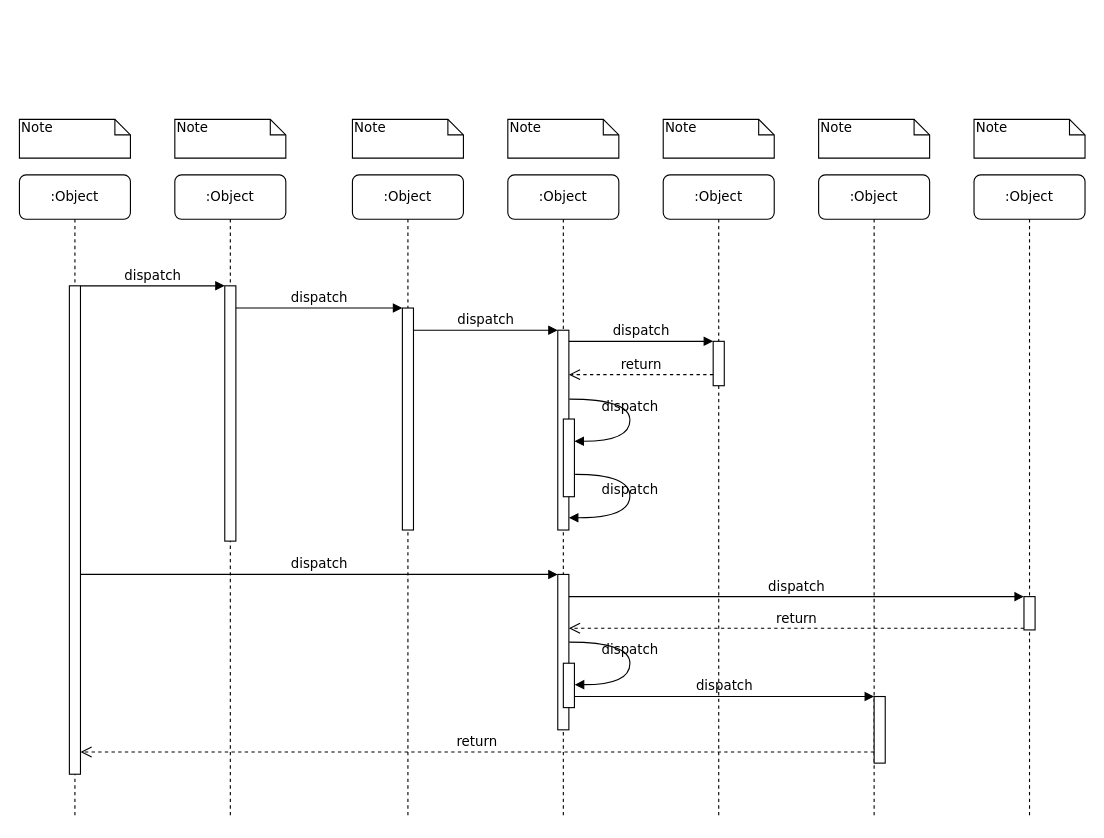
The draw.io diagram secuencia_pass.drawio in DrAtl30/potro_pass, before the edit. Source tidied: cells renumbered, new cells numbered last; positions are measured from the earlier drawing's top-left corner, leaving out a move shared by most shapes. Both pictures are drawn from the tidied source at 111%, with x=0, y=0 at pixel (19, 119).
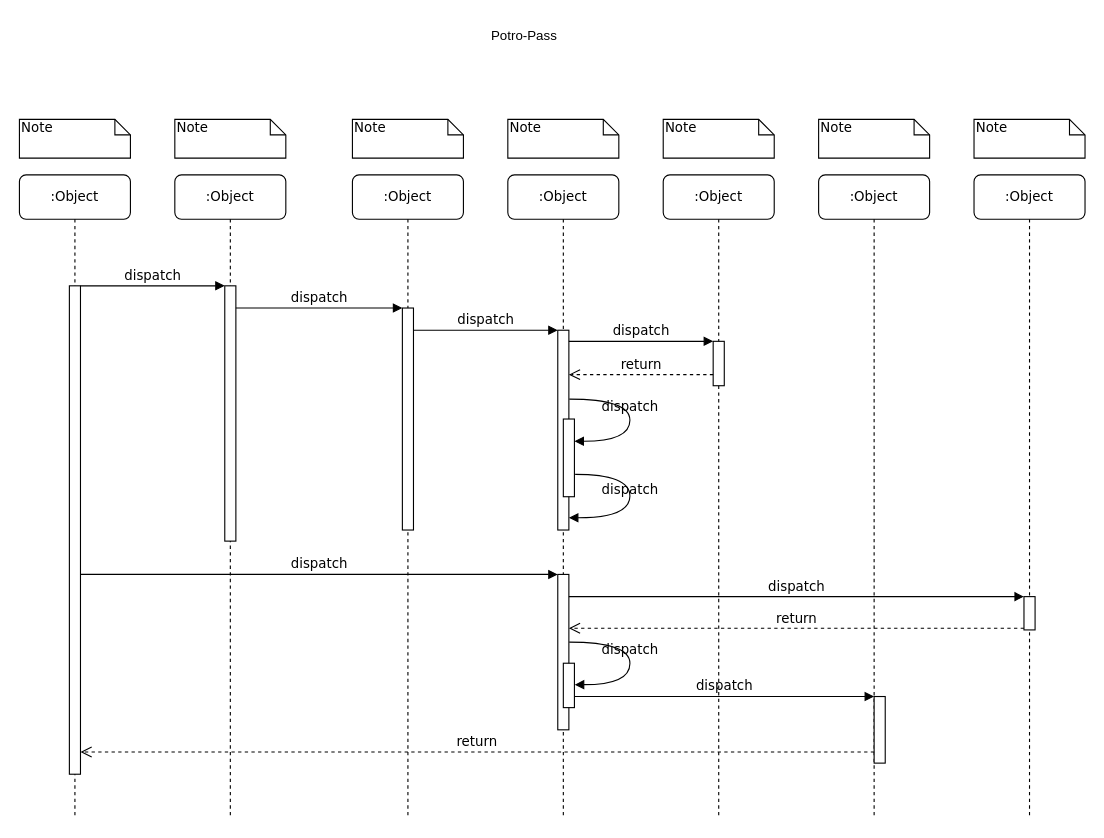
Above is the later version.

Diff of the diagram source:
```diff
@@
+    <mxCell id="39" value="Potro-Pass" style="text;html=1;align=center;verticalAlign=middle;whiteSpace=wrap;rounded=0;" parent="1" vertex="1">
+      <mxGeometry x="410" y="-90" width="90" height="30" as="geometry" />
+    </mxCell>
```
